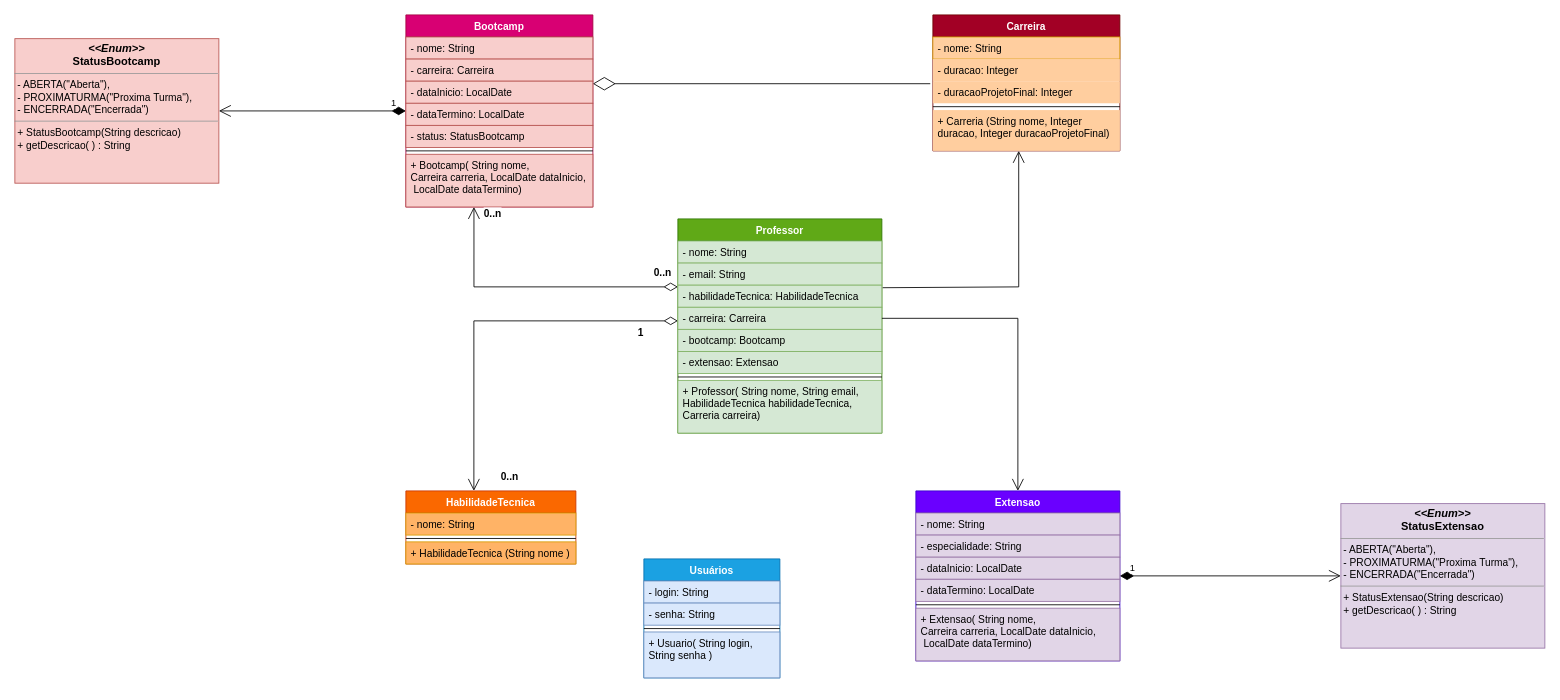
Before: documentation/UML.drawio in RudeBoyOne/EdTech, a draw.io diagram. Source tidied: cells renumbered, new cells numbered last; positions are measured from the earlier drawing's top-left corner, leaving out a move shared by most shapes. Both pictures are drawn from the tidied source at 85%, with x=0, y=0 at pixel (14, 14).
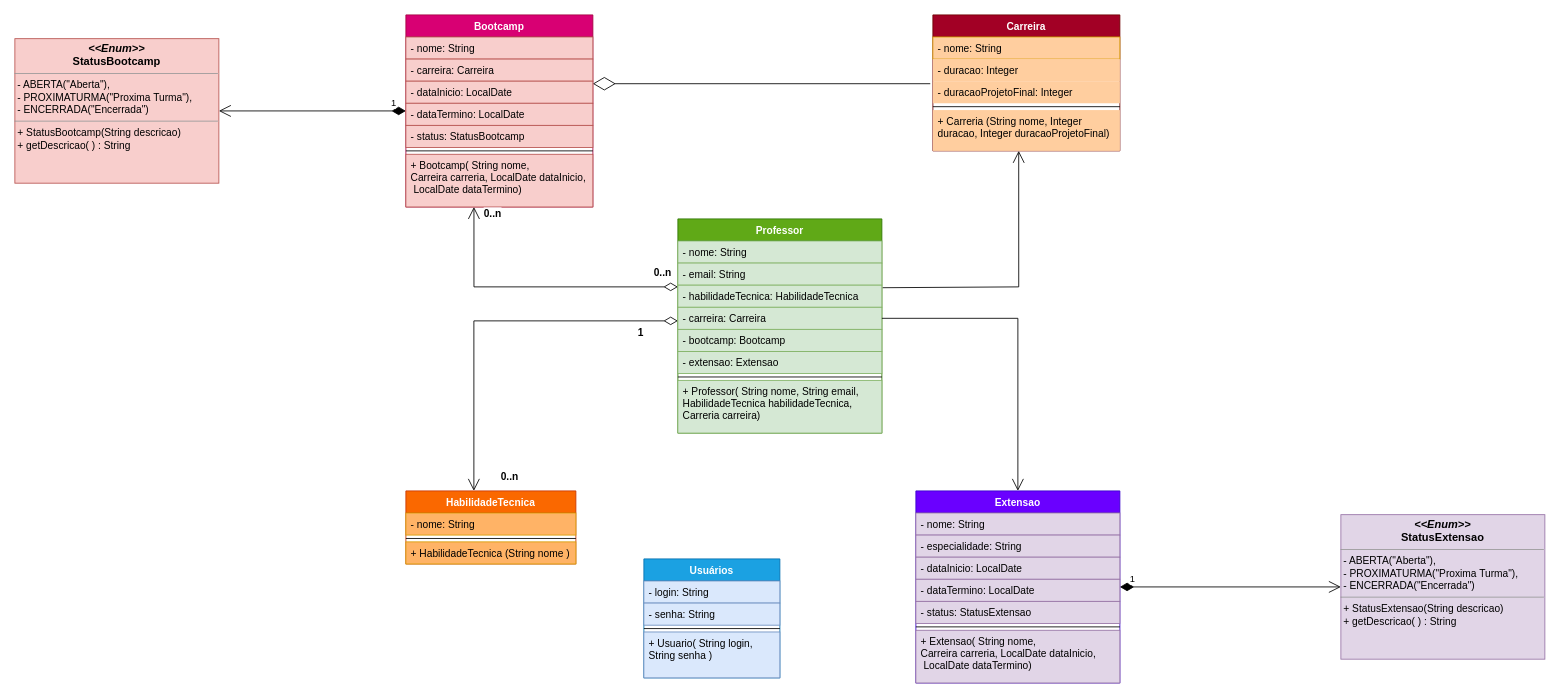
After the change.

Commit message (it also covers changes not shown here):
ajustes no UML

The edit, as a diff of the source:
```diff
@@
     <mxCell id="24" value="Extensao" style="swimlane;fontStyle=1;align=center;verticalAlign=top;horizontal=1;startSize=26;fillColor=#6a00ff;fontColor=#ffffff;strokeColor=#3700CC;" parent="1" vertex="1">
-      <mxGeometry x="1060" y="560" width="240" height="200" as="geometry" />
+      <mxGeometry x="1060" y="560" width="240" height="226" as="geometry" />
     </mxCell>
@@
+    <mxCell id="54" value="- status: StatusExtensao" style="text;strokeColor=#9673a6;fillColor=#e1d5e7;align=left;verticalAlign=top;spacingLeft=4;spacingRight=4;overflow=hidden;" parent="24" vertex="1">
+      <mxGeometry y="130" width="240" height="26" as="geometry" />
+    </mxCell>
     <mxCell id="29" style="line;strokeWidth=1;fillColor=none;align=left;verticalAlign=middle;spacingTop=-1;spacingLeft=3;spacingRight=3;labelPosition=right;" parent="24" vertex="1">
-      <mxGeometry y="130" width="240" height="8" as="geometry" />
+      <mxGeometry y="156" width="240" height="8" as="geometry" />
     </mxCell>
     <mxCell id="30" value="+ Extensao( String nome, &#10;Carreira carreria, LocalDate dataInicio,&#10; LocalDate dataTermino)" style="text;strokeColor=#9673a6;fillColor=#e1d5e7;align=left;verticalAlign=top;spacingLeft=4;spacingRight=4;overflow=hidden;" parent="24" vertex="1">
-      <mxGeometry y="138" width="240" height="62" as="geometry" />
+      <mxGeometry y="164" width="240" height="62" as="geometry" />
     </mxCell>
@@
     <mxCell id="52" value="&lt;p style=&quot;margin: 4px 0px 0px; text-align: center; font-size: 13px;&quot;&gt;&lt;font style=&quot;font-size: 13px;&quot;&gt;&lt;i style=&quot;&quot;&gt;&amp;lt;&amp;lt;Enum&amp;gt;&amp;gt;&lt;/i&gt;&lt;br&gt;&lt;b style=&quot;&quot;&gt;StatusExtensao&lt;/b&gt;&lt;/font&gt;&lt;/p&gt;&lt;hr size=&quot;1&quot;&gt;&lt;p style=&quot;margin:0px;margin-left:4px;&quot;&gt;&lt;/p&gt;&lt;div style=&quot;text-align: left;&quot;&gt;&lt;span style=&quot;background-color: initial; font-weight: normal;&quot;&gt;&amp;nbsp;- ABERTA(&quot;Aberta&quot;),&lt;/span&gt;&lt;/div&gt;&lt;div style=&quot;text-align: left;&quot;&gt;&lt;span style=&quot;background-color: initial; font-weight: normal;&quot;&gt;&amp;nbsp;- PROXIMATURMA(&quot;Proxima Turma&quot;),&lt;/span&gt;&lt;/div&gt;&lt;div style=&quot;text-align: left;&quot;&gt;&lt;span style=&quot;background-color: initial; font-weight: normal;&quot;&gt;&amp;nbsp;- ENCERRADA(&quot;Encerrada&quot;)&lt;/span&gt;&lt;/div&gt;&lt;hr size=&quot;1&quot;&gt;&lt;p style=&quot;margin:0px;margin-left:4px;&quot;&gt;&lt;/p&gt;&lt;div style=&quot;text-align: left;&quot;&gt;&lt;span style=&quot;background-color: initial; font-weight: normal;&quot;&gt;&amp;nbsp;+ StatusExtensao(String descricao)&lt;/span&gt;&lt;/div&gt;&lt;div style=&quot;text-align: left;&quot;&gt;&lt;span style=&quot;background-color: initial; font-weight: normal;&quot;&gt;&amp;nbsp;+ getDescricao( ) : String&lt;/span&gt;&lt;/div&gt;&lt;p&gt;&lt;/p&gt;" style="verticalAlign=top;align=left;overflow=fill;fontSize=12;fontFamily=Helvetica;html=1;fillColor=#e1d5e7;strokeColor=#9673a6;fontColor=default;fontStyle=1;startSize=26;gradientColor=none;spacingLeft=4;spacingRight=4;" parent="1" vertex="1">
-      <mxGeometry x="1560" y="575" width="240" height="170" as="geometry" />
+      <mxGeometry x="1560" y="588" width="240" height="170" as="geometry" />
     </mxCell>
```
